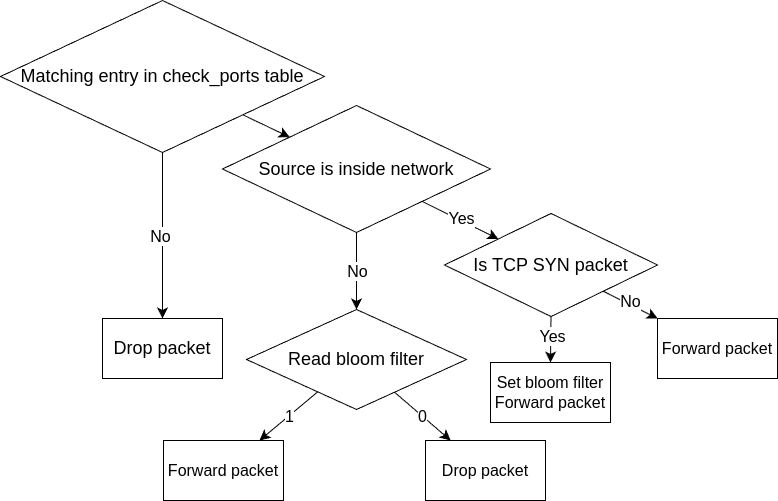
Before: check_ports.drawio.png, a diagram exported from draw.io (McQueen24/P4). Source tidied: cells renumbered, new cells last; positions are measured from the earlier drawing's top-left corner, leaving out a move shared by most shapes. The source it was exported from:
```xml
<mxGraphModel>
  <root>
    <mxCell id="0" />
    <mxCell id="1" parent="0" />
    <mxCell id="2" style="edgeStyle=none;curved=1;rounded=0;jettySize=auto;html=1;fontSize=12;startSize=8;endSize=8;" parent="1" edge="1" source="5" target="6">
      <mxGeometry relative="1" as="geometry" />
    </mxCell>
    <mxCell id="3" value="&lt;font style=&quot;font-size: 16px;&quot;&gt;No&lt;/font&gt;" style="edgeLabel;html=1;align=center;verticalAlign=middle;fontSize=12;" parent="2" vertex="1">
      <mxGeometry x="-0.01" y="1" relative="1" as="geometry">
        <mxPoint x="-4" y="1" as="offset" />
      </mxGeometry>
    </mxCell>
    <mxCell id="4" style="edgeStyle=none;curved=1;rounded=0;jettySize=auto;html=1;fontSize=12;startSize=8;endSize=8;" parent="1" edge="1" source="5" target="11">
      <mxGeometry relative="1" as="geometry" />
    </mxCell>
    <mxCell id="5" value="&lt;font style=&quot;font-size: 18px;&quot;&gt;Matching entry in check_ports table&lt;/font&gt;" style="rhombus;whiteSpace=wrap;html=1;" parent="1" vertex="1">
      <mxGeometry width="324" height="152" as="geometry" />
    </mxCell>
    <mxCell id="6" value="&lt;font style=&quot;font-size: 18px;&quot;&gt;Drop packet&lt;/font&gt;" style="whiteSpace=wrap;html=1;" parent="1" vertex="1">
      <mxGeometry x="102" y="318" width="120" height="60" as="geometry" />
    </mxCell>
    <mxCell id="7" style="edgeStyle=none;curved=1;rounded=0;jettySize=auto;html=1;fontSize=12;startSize=8;endSize=8;" parent="1" edge="1" source="11" target="24">
      <mxGeometry relative="1" as="geometry" />
    </mxCell>
    <mxCell id="8" value="&lt;font style=&quot;font-size: 16px;&quot;&gt;Yes&lt;/font&gt;" style="edgeLabel;html=1;align=center;verticalAlign=middle;fontSize=12;" parent="7" vertex="1">
      <mxGeometry x="-0.01" y="2" relative="1" as="geometry" />
    </mxCell>
    <mxCell id="9" style="edgeStyle=none;curved=1;rounded=0;jettySize=auto;html=1;exitX=0.5;exitY=1;exitDx=0;exitDy=0;entryX=0.5;entryY=0;entryDx=0;entryDy=0;fontSize=12;startSize=8;endSize=8;" parent="1" edge="1" source="11" target="17">
      <mxGeometry relative="1" as="geometry" />
    </mxCell>
    <mxCell id="10" value="&lt;font style=&quot;font-size: 16px;&quot;&gt;No&lt;/font&gt;" style="edgeLabel;html=1;align=center;verticalAlign=middle;fontSize=12;" parent="9" vertex="1">
      <mxGeometry x="-0.01" relative="1" as="geometry" />
    </mxCell>
    <mxCell id="11" value="&lt;span style=&quot;font-size: 18px;&quot;&gt;Source is inside network&lt;/span&gt;" style="rhombus;whiteSpace=wrap;html=1;" parent="1" vertex="1">
      <mxGeometry x="222" y="105" width="268" height="127" as="geometry" />
    </mxCell>
    <mxCell id="12" value="&lt;font style=&quot;font-size: 16px;&quot;&gt;Set bloom filter&lt;br&gt;Forward packet&lt;/font&gt;" style="whiteSpace=wrap;html=1;" parent="1" vertex="1">
      <mxGeometry x="490" y="362" width="120" height="60" as="geometry" />
    </mxCell>
    <mxCell id="13" style="edgeStyle=none;curved=1;rounded=0;jettySize=auto;html=1;fontSize=12;startSize=8;endSize=8;" parent="1" edge="1" source="17" target="18">
      <mxGeometry relative="1" as="geometry" />
    </mxCell>
    <mxCell id="14" value="&lt;font style=&quot;font-size: 16px;&quot;&gt;1&lt;/font&gt;" style="edgeLabel;html=1;align=center;verticalAlign=middle;fontSize=12;" parent="13" vertex="1">
      <mxGeometry x="-0.01" relative="1" as="geometry" />
    </mxCell>
    <mxCell id="15" style="edgeStyle=none;curved=1;rounded=0;jettySize=auto;html=1;fontSize=12;startSize=8;endSize=8;" parent="1" edge="1" source="17" target="19">
      <mxGeometry relative="1" as="geometry" />
    </mxCell>
    <mxCell id="16" value="&lt;font style=&quot;font-size: 16px;&quot;&gt;0&lt;/font&gt;" style="edgeLabel;html=1;align=center;verticalAlign=middle;fontSize=12;" parent="15" vertex="1">
      <mxGeometry x="-0.04" relative="1" as="geometry" />
    </mxCell>
    <mxCell id="17" value="&lt;span style=&quot;font-size: 18px;&quot;&gt;Read bloom filter&lt;/span&gt;" style="rhombus;whiteSpace=wrap;html=1;" parent="1" vertex="1">
      <mxGeometry x="246" y="309" width="220" height="100" as="geometry" />
    </mxCell>
    <mxCell id="18" value="&lt;font style=&quot;font-size: 16px;&quot;&gt;Forward packet&lt;/font&gt;" style="whiteSpace=wrap;html=1;" parent="1" vertex="1">
      <mxGeometry x="163" y="440" width="120" height="60" as="geometry" />
    </mxCell>
    <mxCell id="19" value="&lt;font style=&quot;font-size: 16px;&quot;&gt;Drop packet&lt;/font&gt;" style="whiteSpace=wrap;html=1;" parent="1" vertex="1">
      <mxGeometry x="425" y="440" width="120" height="60" as="geometry" />
    </mxCell>
    <mxCell id="20" style="edgeStyle=none;curved=1;rounded=0;jettySize=auto;html=1;exitX=0.5;exitY=1;exitDx=0;exitDy=0;entryX=0.5;entryY=0;entryDx=0;entryDy=0;fontSize=12;startSize=8;endSize=8;" parent="1" edge="1" source="24" target="12">
      <mxGeometry relative="1" as="geometry" />
    </mxCell>
    <mxCell id="21" value="&lt;font style=&quot;font-size: 16px;&quot;&gt;Yes&lt;/font&gt;" style="edgeLabel;html=1;align=center;verticalAlign=middle;fontSize=12;" parent="20" vertex="1">
      <mxGeometry x="-0.17" y="1" relative="1" as="geometry" />
    </mxCell>
    <mxCell id="22" style="edgeStyle=none;curved=1;rounded=0;jettySize=auto;html=1;fontSize=12;startSize=8;endSize=8;" parent="1" edge="1" source="24" target="25">
      <mxGeometry relative="1" as="geometry" />
    </mxCell>
    <mxCell id="23" value="&lt;font style=&quot;font-size: 16px;&quot;&gt;No&lt;/font&gt;" style="edgeLabel;html=1;align=center;verticalAlign=middle;fontSize=12;" parent="22" vertex="1">
      <mxGeometry x="-0.08" y="3" relative="1" as="geometry" />
    </mxCell>
    <mxCell id="24" value="&lt;span style=&quot;font-size: 18px;&quot;&gt;Is TCP SYN packet&lt;/span&gt;" style="rhombus;whiteSpace=wrap;html=1;" parent="1" vertex="1">
      <mxGeometry x="444" y="213" width="213" height="103" as="geometry" />
    </mxCell>
    <mxCell id="25" value="&lt;font style=&quot;font-size: 16px;&quot;&gt;Forward packet&lt;/font&gt;" style="whiteSpace=wrap;html=1;" parent="1" vertex="1">
      <mxGeometry x="657" y="318" width="120" height="60" as="geometry" />
    </mxCell>
  </root>
</mxGraphModel>
```
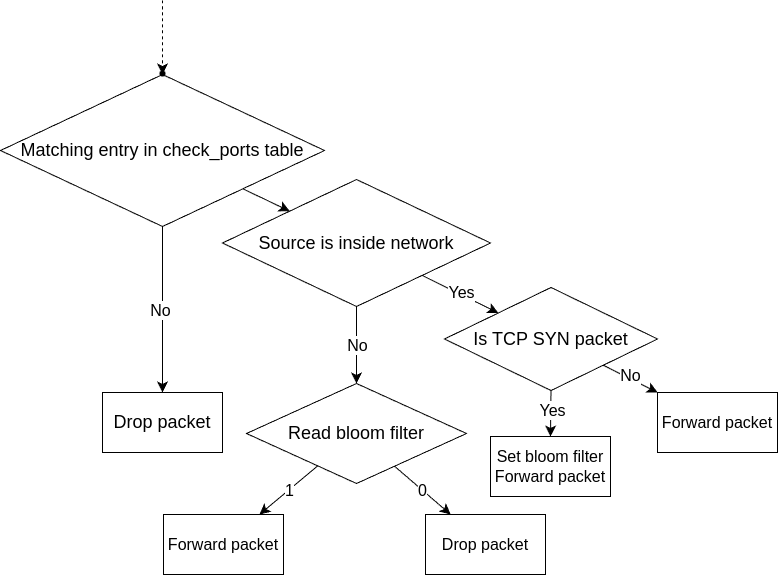
Above is the later version.

What changed in the source:
```diff
@@ -76,5 +76,13 @@
     <mxCell id="25" value="&lt;font style=&quot;font-size: 16px;&quot;&gt;Forward packet&lt;/font&gt;" style="whiteSpace=wrap;html=1;" parent="1" vertex="1">
       <mxGeometry x="657" y="318" width="120" height="60" as="geometry" />
     </mxCell>
+    <mxCell id="26" style="shape=waypoint;sketch=0;size=6;fillColor=default;perimeter=centerPerimeter;" parent="1" vertex="1">
+      <mxGeometry x="152" y="-11" width="20" height="20" as="geometry" />
+    </mxCell>
+    <mxCell id="27" style="edgeStyle=none;curved=1;rounded=0;jettySize=auto;html=1;fontSize=12;startSize=8;endSize=8;entryX=0.5;entryY=0;entryDx=0;entryDy=0;dashed=1;" parent="1" edge="1" target="5">
+      <mxGeometry relative="1" as="geometry">
+        <mxPoint x="162" y="-74" as="sourcePoint" />
+      </mxGeometry>
+    </mxCell>
   </root>
 </mxGraphModel>
```
